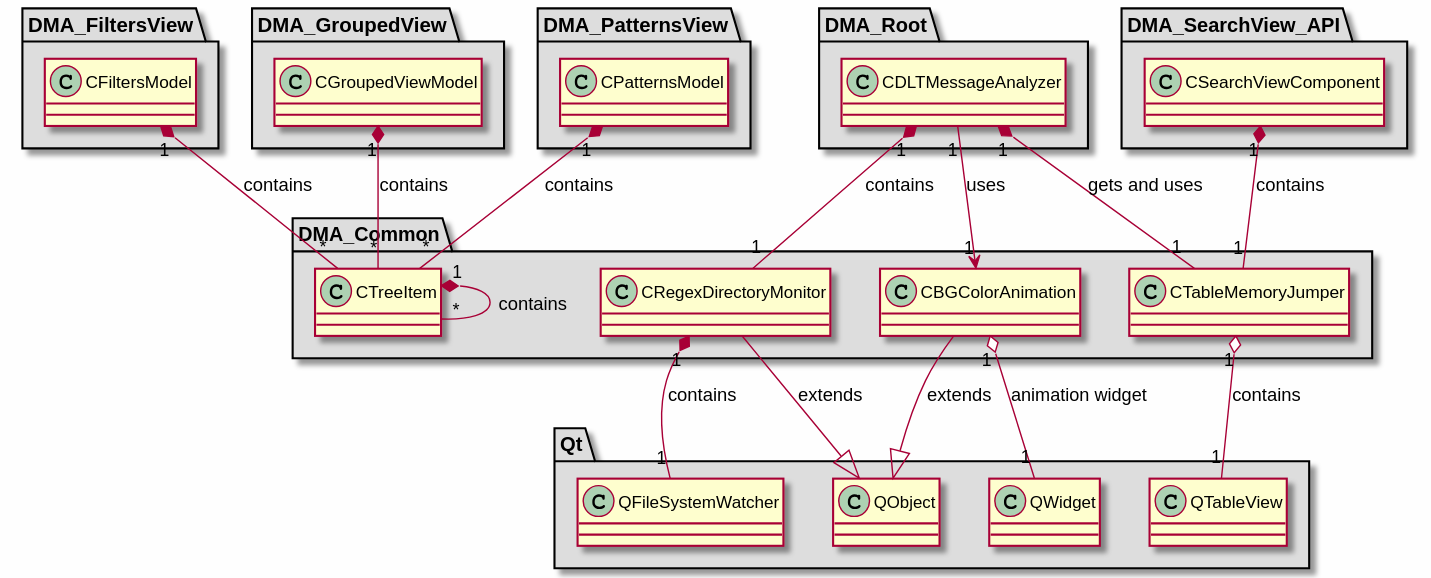
Earlier version of the PlantUML export md/dev_docs/puml/DMA_Common.svg (svlad-90/DLT-Message-Analyzer).
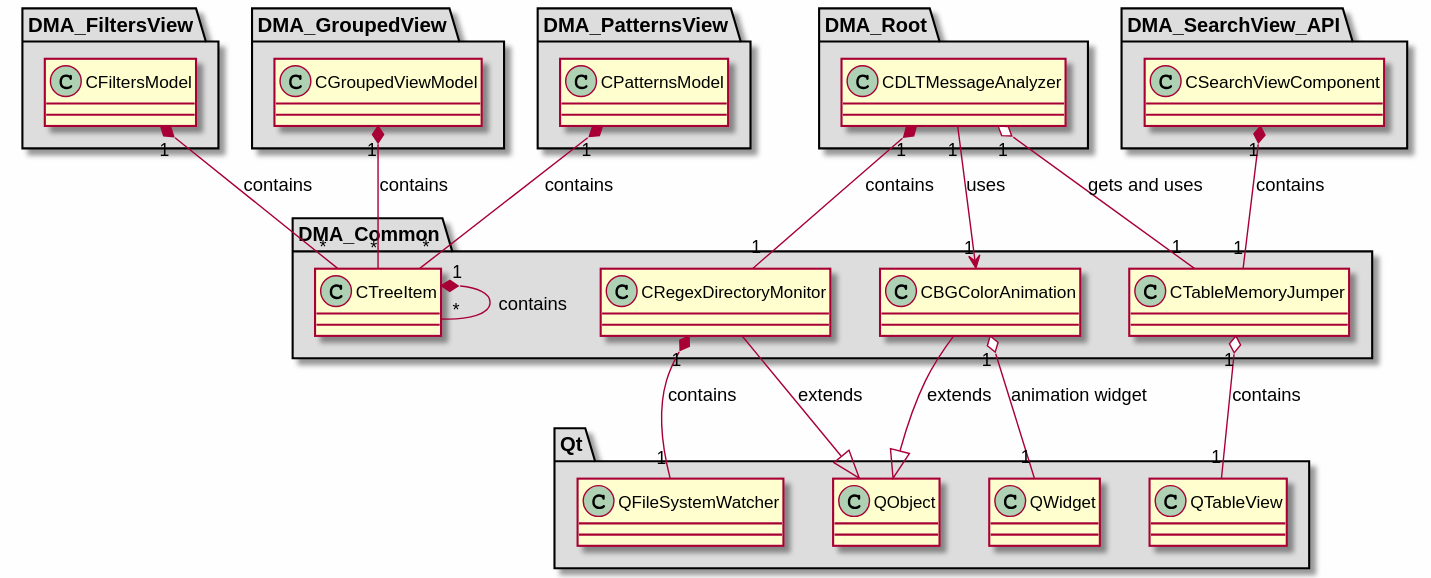
Above is the later version.

What changed in the source:
```diff
@@ -101,7 +101,7 @@
 CPatternsModel "1" *-- "*" CTreeItem : contains
 CDLTMessageAnalyzer "1" --> "1" CBGColorAnimation : uses
 CDLTMessageAnalyzer "1" *-- "1" CRegexDirectoryMonitor : contains
-CDLTMessageAnalyzer "1" *-- "1" CTableMemoryJumper : gets and uses
+CDLTMessageAnalyzer "1" o-- "1" CTableMemoryJumper : gets and uses
 CSearchViewComponent "1" *-- "1" CTableMemoryJumper : contains
 
 @enduml
```
